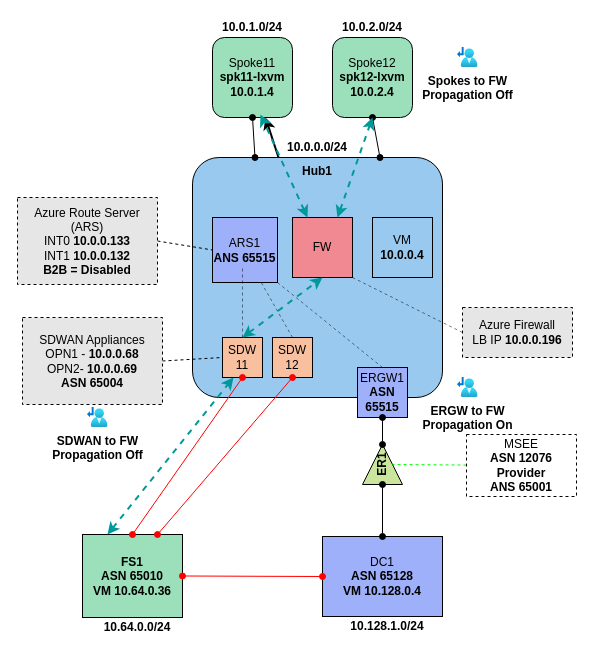
dmauser/azure-routeserver keeps this draw.io diagram as ars-sdwan-er/media/lab.drawio. Above is the earlier version. Source tidied: cells renumbered, new cells numbered last; positions are measured from the earlier drawing's top-left corner, leaving out a move shared by most shapes. Both pictures are drawn from the tidied source at 100%, with x=0, y=0 at pixel (17, 17).
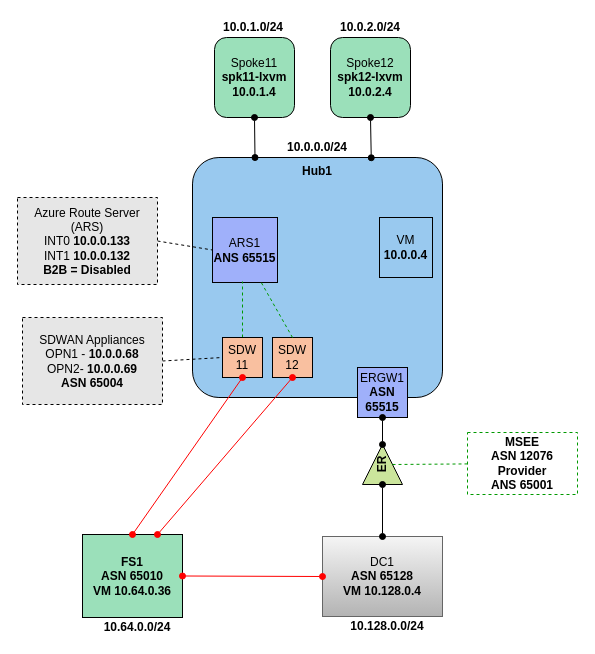
Above is the later version.

The change refers to these unchanged cells:
```xml
<mxCell id="5" value="&lt;b&gt;Hub1&lt;br&gt;&lt;br&gt;&lt;/b&gt;" style="rounded=1;whiteSpace=wrap;html=1;verticalAlign=top;fillColor=#99C9EF;arcSize=11;" parent="1" vertex="1">
  <mxGeometry x="175" y="140" width="250" height="240" as="geometry" />
</mxCell>
<mxCell id="7" value="ARS1&lt;br&gt;&lt;b&gt;ANS 65515&lt;/b&gt;" style="whiteSpace=wrap;html=1;fillColor=#9FB0FA;" parent="1" vertex="1">
  <mxGeometry x="195" y="200" width="65" height="65" as="geometry" />
</mxCell>
<mxCell id="9" value="SDW&lt;br&gt;11" style="whiteSpace=wrap;html=1;fillColor=#F9C0A0;direction=south;" parent="1" vertex="1">
  <mxGeometry x="205" y="320" width="40" height="40" as="geometry" />
</mxCell>
<mxCell id="13" value="&lt;b&gt;FS1&lt;br&gt;ASN 65010&lt;br&gt;VM 10.64.0.36&lt;br&gt;&lt;/b&gt;" style="rounded=0;whiteSpace=wrap;html=1;fillColor=#9BE0BA;" parent="1" vertex="1">
  <mxGeometry x="65" y="517" width="100" height="83" as="geometry" />
</mxCell>
<mxCell id="18" value="ERGW1&lt;br&gt;&lt;b&gt;ASN 65515&lt;/b&gt;" style="whiteSpace=wrap;html=1;fillStyle=auto;fillColor=#9FB0FA;" parent="1" vertex="1">
  <mxGeometry x="340" y="350" width="50" height="50" as="geometry" />
</mxCell>
<mxCell id="35" value="SDW&lt;br&gt;12" style="whiteSpace=wrap;html=1;fillColor=#F9C0A0;direction=south;" parent="1" vertex="1">
  <mxGeometry x="255" y="320" width="40" height="40" as="geometry" />
</mxCell>
```

Diff of the diagram source:
```diff
@@
     <mxCell id="2" value="Spoke12&lt;br&gt;&lt;b style=&quot;border-color: var(--border-color);&quot;&gt;spk12-lxvm&lt;br style=&quot;border-color: var(--border-color);&quot;&gt;10.0.2.4&lt;/b&gt;" style="rounded=1;whiteSpace=wrap;html=1;fillColor=#9BE0BA;" parent="1" vertex="1">
-      <mxGeometry x="315" y="20" width="80" height="80" as="geometry" />
+      <mxGeometry x="313" y="20" width="80" height="80" as="geometry" />
     </mxCell>
     <mxCell id="3" value="Spoke11&lt;br&gt;&lt;b&gt;spk11-lxvm&lt;br&gt;10.0.1.4&lt;/b&gt;" style="rounded=1;whiteSpace=wrap;html=1;fillColor=#9BE0BA;" parent="1" vertex="1">
-      <mxGeometry x="195" y="20" width="80" height="80" as="geometry" />
+      <mxGeometry x="197" y="20" width="80" height="80" as="geometry" />
     </mxCell>
-    <mxCell id="4" style="edgeStyle=none;html=1;strokeWidth=2;" parent="1" edge="1" source="5" target="3">
-      <mxGeometry relative="1" as="geometry" />
-    </mxCell>
@@
-    <mxCell id="6" value="ER1" style="triangle;whiteSpace=wrap;html=1;rotation=-90;fillColor=#CBE59C;fontStyle=1;" parent="1" vertex="1">
+    <mxCell id="6" value="ER" style="triangle;rotation=-90;fillColor=#CBE59C;fontStyle=1;verticalAlign=middle;html=1;whiteSpace=wrap;" parent="1" vertex="1">
       <mxGeometry x="345" y="427" width="40" height="40" as="geometry" />
     </mxCell>
@@
-    <mxCell id="8" style="rounded=0;jettySize=auto;html=1;exitX=0;exitY=0.5;exitDx=0;exitDy=0;dashed=1;strokeColor=#000000;endArrow=none;endFill=0;opacity=50;" parent="1" edge="1" source="9">
+    <mxCell id="8" style="rounded=0;jettySize=auto;html=1;exitX=0;exitY=0.5;exitDx=0;exitDy=0;dashed=1;strokeColor=#009900;endArrow=none;endFill=0;fontColor=#004F00;" parent="1" edge="1" source="9">
       <mxGeometry relative="1" as="geometry">
-        <mxPoint x="225" y="250" as="targetPoint" />
+        <mxPoint x="225" y="264" as="targetPoint" />
       </mxGeometry>
     </mxCell>
@@
-    <mxCell id="10" value="FW" style="whiteSpace=wrap;html=1;gradientColor=none;fillStyle=auto;fillColor=#F18992;" parent="1" vertex="1">
-      <mxGeometry x="275" y="200" width="60" height="60" as="geometry" />
-    </mxCell>
-    <mxCell id="11" style="rounded=0;jettySize=auto;html=1;exitX=0.5;exitY=0;exitDx=0;exitDy=0;entryX=1;entryY=1;entryDx=0;entryDy=0;endArrow=none;endFill=0;dashed=1;strokeColor=#000000;opacity=50;" parent="1" edge="1" source="18" target="7">
-      <mxGeometry relative="1" as="geometry" />
-    </mxCell>
-    <mxCell id="12" value="DC1&lt;br&gt;&lt;b&gt;ASN 65128&lt;br&gt;VM 10.128.0.4&lt;br&gt;&lt;/b&gt;" style="rounded=0;whiteSpace=wrap;html=1;fillColor=#9FB0FA;" parent="1" vertex="1">
+    <mxCell id="12" value="DC1&lt;br&gt;&lt;b&gt;ASN 65128&lt;br&gt;VM 10.128.0.4&lt;br&gt;&lt;/b&gt;" style="rounded=0;whiteSpace=wrap;html=1;fillColor=#f5f5f5;strokeColor=#666666;gradientColor=#b3b3b3;" parent="1" vertex="1">
       <mxGeometry x="305" y="519" width="120" height="80" as="geometry" />
     </mxCell>
@@
-    <mxCell id="14" style="rounded=0;jettySize=auto;html=1;exitX=0.5;exitY=1;exitDx=0;exitDy=0;entryX=0.75;entryY=0;entryDx=0;entryDy=0;startArrow=oval;startFill=1;endArrow=oval;endFill=1;" parent="1" edge="1" source="2" target="5">
+    <mxCell id="14" style="rounded=0;jettySize=auto;html=1;exitX=0.5;exitY=1;exitDx=0;exitDy=0;entryX=0.715;entryY=0.001;entryDx=0;entryDy=0;startArrow=oval;startFill=1;endArrow=oval;endFill=1;entryPerimeter=0;" parent="1" edge="1" source="2" target="5">
       <mxGeometry relative="1" as="geometry" />
     </mxCell>
@@
     <mxCell id="19" value="10.0.1.0/24" style="text;html=1;strokeColor=none;fillColor=none;align=center;verticalAlign=middle;whiteSpace=wrap;rounded=0;fontStyle=1;" parent="1" vertex="1">
-      <mxGeometry x="195" width="80" height="20" as="geometry" />
+      <mxGeometry x="196" width="80" height="20" as="geometry" />
     </mxCell>
     <mxCell id="20" value="10.0.2.0/24" style="text;html=1;strokeColor=none;fillColor=none;align=center;verticalAlign=middle;whiteSpace=wrap;rounded=0;fontStyle=1;" parent="1" vertex="1">
-      <mxGeometry x="315" width="80" height="20" as="geometry" />
+      <mxGeometry x="313" width="80" height="20" as="geometry" />
     </mxCell>
@@
-    <mxCell id="23" value="&lt;b&gt;10.128.1.0/24&lt;/b&gt;" style="text;html=1;strokeColor=none;fillColor=none;align=center;verticalAlign=middle;whiteSpace=wrap;rounded=0;" parent="1" vertex="1">
+    <mxCell id="23" value="&lt;b&gt;10.128.0.0/24&lt;/b&gt;" style="text;html=1;strokeColor=none;fillColor=none;align=center;verticalAlign=middle;whiteSpace=wrap;rounded=0;" parent="1" vertex="1">
       <mxGeometry x="330" y="599" width="80" height="20" as="geometry" />
     </mxCell>
@@
-    <mxCell id="26" style="endArrow=classic;startArrow=classic;html=1;rounded=0;dashed=1;strokeWidth=2;entryX=0.5;entryY=1;entryDx=0;entryDy=0;exitX=0;exitY=0.5;exitDx=0;exitDy=0;strokeColor=#009999;" parent="1" edge="1" source="9" target="10">
-      <mxGeometry relative="1" as="geometry" />
-    </mxCell>
-    <mxCell id="27" style="endArrow=classic;startArrow=classic;html=1;rounded=0;dashed=1;strokeWidth=2;entryX=0.5;entryY=1;entryDx=0;entryDy=0;exitX=0.25;exitY=0;exitDx=0;exitDy=0;strokeColor=#009999;" parent="1" edge="1" source="10">
-      <mxGeometry relative="1" as="geometry">
-        <mxPoint x="243" y="97" as="targetPoint" />
-      </mxGeometry>
-    </mxCell>
@@
-    <mxCell id="32" value="Azure Firewall&lt;br&gt;LB IP&amp;nbsp;&lt;b&gt;10.0.0.196&lt;/b&gt;" style="text;html=1;strokeColor=default;fillColor=#E6E6E6;align=center;verticalAlign=middle;whiteSpace=wrap;rounded=0;dashed=1;" parent="1" vertex="1">
-      <mxGeometry x="445" y="290" width="110" height="50" as="geometry" />
-    </mxCell>
-    <mxCell id="33" style="rounded=0;jettySize=auto;html=1;entryX=0.5;entryY=1;entryDx=0;entryDy=0;dashed=1;strokeColor=#00FF00;endArrow=none;endFill=0;" parent="1" edge="1" source="38" target="6">
+    <mxCell id="33" style="rounded=0;jettySize=auto;html=1;entryX=0.5;entryY=1;entryDx=0;entryDy=0;dashed=1;strokeColor=#009900;endArrow=none;endFill=0;fontColor=#004F00;labelBackgroundColor=default;" parent="1" edge="1" source="38" target="6">
       <mxGeometry relative="1" as="geometry" />
     </mxCell>
-    <mxCell id="34" style="endArrow=classic;startArrow=classic;html=1;rounded=0;dashed=1;strokeWidth=2;strokeColor=#009999;entryX=1;entryY=0.5;entryDx=0;entryDy=0;exitX=0.25;exitY=0;exitDx=0;exitDy=0;" parent="1" edge="1" source="13">
-      <mxGeometry relative="1" as="geometry">
-        <mxPoint x="216" y="360" as="targetPoint" />
-      </mxGeometry>
-    </mxCell>
@@
-    <mxCell id="36" style="rounded=0;jettySize=auto;html=1;exitX=0;exitY=0.5;exitDx=0;exitDy=0;dashed=1;strokeColor=#000000;endArrow=none;endFill=0;entryX=0.75;entryY=1;entryDx=0;entryDy=0;opacity=50;" parent="1" edge="1" source="35" target="7">
+    <mxCell id="36" style="rounded=0;jettySize=auto;html=1;exitX=0;exitY=0.5;exitDx=0;exitDy=0;dashed=1;strokeColor=#009900;endArrow=none;endFill=0;entryX=0.75;entryY=1;entryDx=0;entryDy=0;fontColor=#004F00;" parent="1" edge="1" source="35" target="7">
       <mxGeometry relative="1" as="geometry" />
     </mxCell>
@@
-    <mxCell id="38" value="MSEE&lt;br&gt;&lt;b&gt;ASN 12076&lt;br&gt;Provider&lt;br&gt;ANS 65001&lt;br&gt;&lt;/b&gt;" style="text;html=1;strokeColor=default;fillColor=none;align=center;verticalAlign=middle;whiteSpace=wrap;rounded=0;dashed=1;" parent="1" vertex="1">
-      <mxGeometry x="449" y="417" width="110" height="62" as="geometry" />
+    <mxCell id="38" value="&lt;b&gt;MSEE&lt;br&gt;ASN 12076&lt;br&gt;Provider&lt;br&gt;ANS 65001&lt;br&gt;&lt;/b&gt;" style="text;html=1;strokeColor=#009900;fillColor=none;align=center;verticalAlign=middle;whiteSpace=wrap;rounded=0;dashed=1;" parent="1" vertex="1">
+      <mxGeometry x="450" y="415" width="110" height="62" as="geometry" />
     </mxCell>
-    <mxCell id="39" style="endArrow=classic;startArrow=classic;html=1;rounded=0;dashed=1;strokeWidth=2;entryX=0.5;entryY=1;entryDx=0;entryDy=0;strokeColor=#009999;exitX=0.75;exitY=0;exitDx=0;exitDy=0;" parent="1" edge="1" source="10" target="2">
-      <mxGeometry relative="1" as="geometry" />
-    </mxCell>
-    <mxCell id="40" style="rounded=0;jettySize=auto;html=1;exitX=0;exitY=0.5;exitDx=0;exitDy=0;dashed=1;startArrow=none;startFill=0;endArrow=none;endFill=0;strokeColor=#000000;entryX=1;entryY=1;entryDx=0;entryDy=0;opacity=50;" parent="1" edge="1" source="32" target="10">
-      <mxGeometry relative="1" as="geometry" />
-    </mxCell>
     <mxCell id="41" value="VM&lt;br&gt;&lt;b&gt;10.0.0.4&lt;/b&gt;" style="text;align=center;html=1;verticalAlign=middle;whiteSpace=wrap;rounded=0;fontSize=12;strokeColor=default;" parent="1" vertex="1">
-      <mxGeometry x="355" y="200" width="60" height="60" as="geometry" />
+      <mxGeometry x="362" y="200" width="53" height="60" as="geometry" />
     </mxCell>
-    <mxCell id="42" parent="0" />
-    <mxCell id="43" value="Spokes to FW&lt;br&gt;Propagation Off" style="html=1;align=center;image;fontSize=12;image=img/lib/azure2/networking/Route_Tables.svg;fontStyle=1;" parent="42" vertex="1">
-      <mxGeometry x="440" y="30" width="20.6" height="20" as="geometry" />
-    </mxCell>
-    <mxCell id="44" value="ERGW to FW&lt;br&gt;Propagation On" style="html=1;align=center;image;fontSize=12;image=img/lib/azure2/networking/Route_Tables.svg;fontStyle=1;" parent="42" vertex="1">
-      <mxGeometry x="440" y="360" width="20.6" height="20" as="geometry" />
-    </mxCell>
-    <mxCell id="45" value="SDWAN to FW&lt;br&gt;Propagation Off" style="html=1;align=center;image;fontSize=12;image=img/lib/azure2/networking/Route_Tables.svg;fontStyle=1;" parent="42" vertex="1">
-      <mxGeometry x="70" y="390" width="20.6" height="20" as="geometry" />
-    </mxCell>
```
